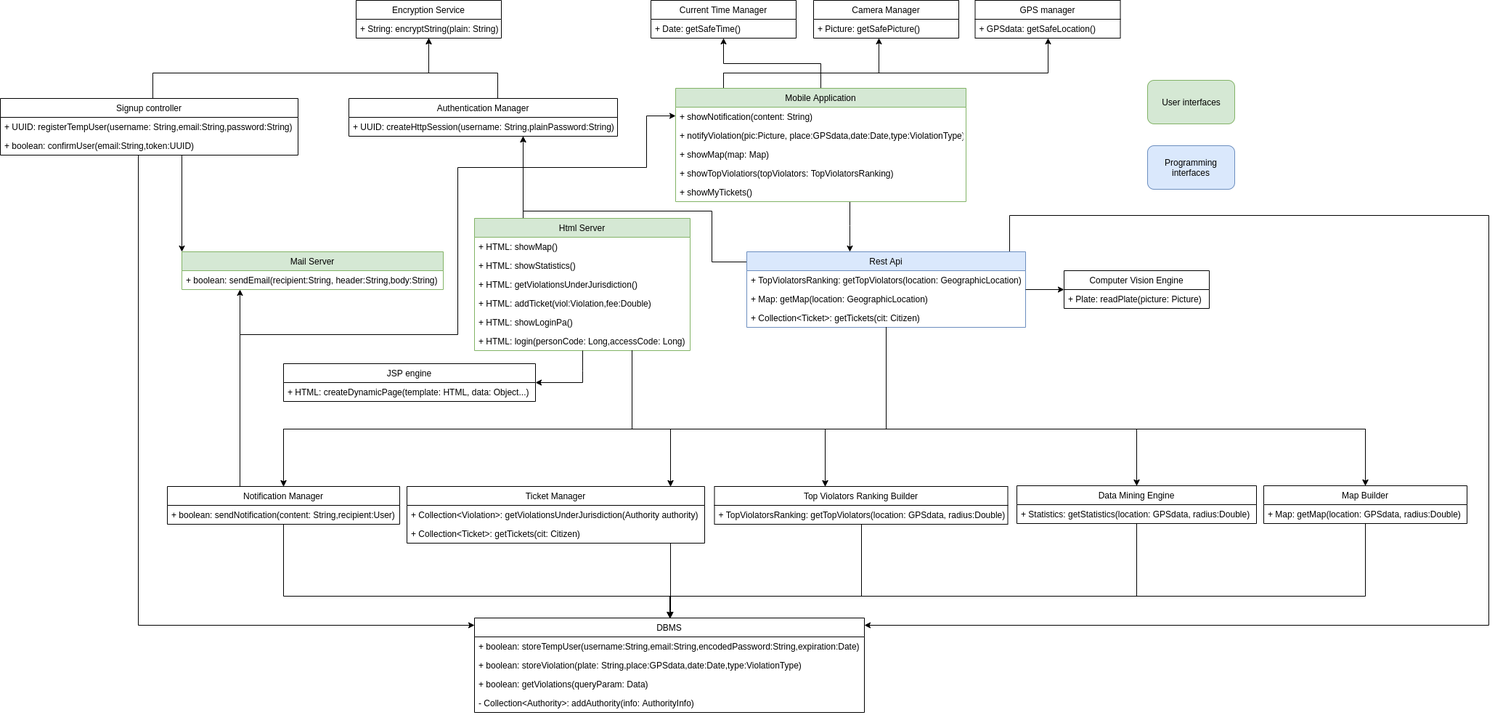
Above: DD/images/Interface_diagram.png in University-Projects-Secco/RahbariSecco (draw.io), before the change. Source tidied: cells renumbered, new cells last; positions are measured from the earlier drawing's top-left corner, leaving out a move shared by most shapes.
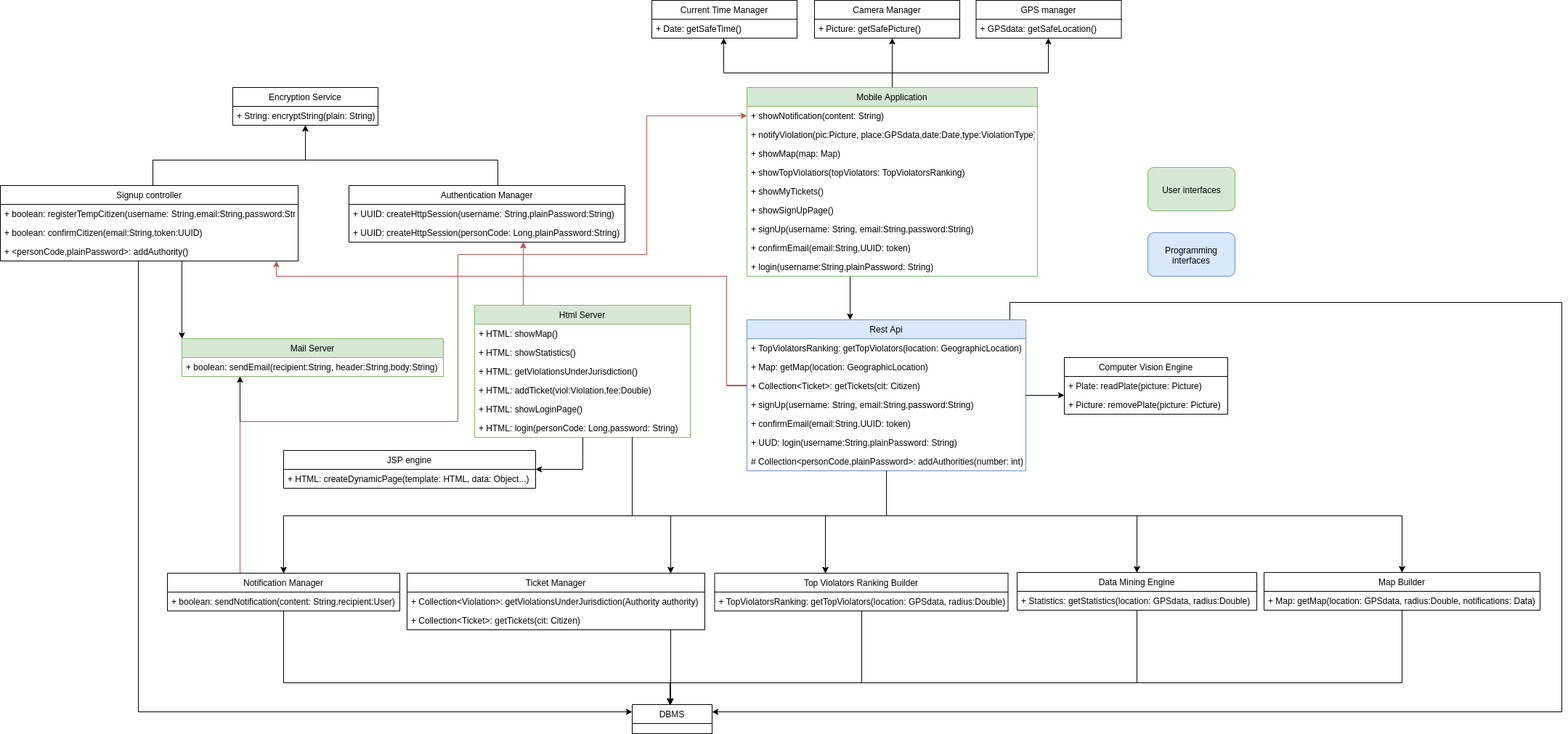
Later version of the same file.

The edit, as a diff of the source:
```diff
@@ -6,18 +6,21 @@
       <mxGeometry relative="1" as="geometry">
         <Array as="points">
           <mxPoint x="685" y="100" />
-          <mxPoint x="590" y="100" />
+          <mxPoint x="420" y="100" />
         </Array>
       </mxGeometry>
     </mxCell>
     <mxCell id="3" value="Authentication Manager" style="swimlane;fontStyle=0;horizontal=1;startSize=26;fillColor=none;" parent="1" vertex="1">
-      <mxGeometry x="480" y="135" width="370" height="52" as="geometry" />
+      <mxGeometry x="480" y="135" width="380" height="78" as="geometry" />
     </mxCell>
     <mxCell id="4" value="+ UUID: createHttpSession(username: String,plainPassword:String)" style="text;strokeColor=none;fillColor=none;align=left;verticalAlign=top;spacingLeft=4;spacingRight=4;overflow=hidden;" parent="3" vertex="1">
-      <mxGeometry y="26" width="370" height="26" as="geometry" />
+      <mxGeometry y="26" width="380" height="26" as="geometry" />
     </mxCell>
+    <mxCell id="86" value="+ UUID: createHttpSession(personCode: Long,plainPassword:String)" style="text;strokeColor=none;fillColor=none;align=left;verticalAlign=top;spacingLeft=4;spacingRight=4;overflow=hidden;" parent="3" vertex="1">
+      <mxGeometry y="52" width="380" height="26" as="geometry" />
+    </mxCell>
     <mxCell id="5" value="Encryption Service" style="swimlane;fontStyle=0;horizontal=1;startSize=26;fillColor=none;" parent="1" vertex="1">
-      <mxGeometry x="490" width="200" height="52" as="geometry" />
+      <mxGeometry x="320" width="200" height="52" as="geometry" />
     </mxCell>
     <mxCell id="6" value="+ String: encryptString(plain: String)" style="text;strokeColor=none;fillColor=none;align=left;verticalAlign=top;spacingLeft=4;spacingRight=4;overflow=hidden;" parent="5" vertex="1">
       <mxGeometry y="26" width="200" height="26" as="geometry" />
@@ -26,7 +29,7 @@
       <mxGeometry relative="1" as="geometry">
         <Array as="points">
           <mxPoint x="210" y="100" />
-          <mxPoint x="590" y="100" />
+          <mxPoint x="420" y="100" />
         </Array>
       </mxGeometry>
     </mxCell>
@@ -45,14 +48,17 @@
       </mxGeometry>
     </mxCell>
     <mxCell id="10" value="Signup controller" style="swimlane;fontStyle=0;horizontal=1;startSize=26;fillColor=none;" parent="1" vertex="1">
-      <mxGeometry y="135" width="410" height="78" as="geometry" />
+      <mxGeometry y="135" width="410" height="104" as="geometry" />
     </mxCell>
-    <mxCell id="11" value="+ UUID: registerTempUser(username: String,email:String,password:String)" style="text;strokeColor=none;fillColor=none;align=left;verticalAlign=top;spacingLeft=4;spacingRight=4;overflow=hidden;" parent="10" vertex="1">
+    <mxCell id="11" value="+ boolean: registerTempCitizen(username: String,email:String,password:String)" style="text;strokeColor=none;fillColor=none;align=left;verticalAlign=top;spacingLeft=4;spacingRight=4;overflow=hidden;" parent="10" vertex="1">
       <mxGeometry y="26" width="410" height="26" as="geometry" />
     </mxCell>
-    <mxCell id="12" value="+ boolean: confirmUser(email:String,token:UUID)" style="text;strokeColor=none;fillColor=none;align=left;verticalAlign=top;spacingLeft=4;spacingRight=4;overflow=hidden;" parent="10" vertex="1">
+    <mxCell id="12" value="+ boolean: confirmCitizen(email:String,token:UUID)" style="text;strokeColor=none;fillColor=none;align=left;verticalAlign=top;spacingLeft=4;spacingRight=4;overflow=hidden;" parent="10" vertex="1">
       <mxGeometry y="52" width="410" height="26" as="geometry" />
     </mxCell>
+    <mxCell id="87" value="+ &lt;personCode,plainPassword&gt;: addAuthority()" style="text;strokeColor=none;fillColor=none;align=left;verticalAlign=top;spacingLeft=4;spacingRight=4;overflow=hidden;" parent="10" vertex="1">
+      <mxGeometry y="78" width="410" height="26" as="geometry" />
+    </mxCell>
     <mxCell id="13" style="edgeStyle=orthogonalEdgeStyle;rounded=0;jettySize=auto;html=1;" parent="1" edge="1" source="58" target="14">
       <mxGeometry relative="1" as="geometry">
         <Array as="points">
@@ -68,21 +74,9 @@
       <mxGeometry y="26" width="360" height="26" as="geometry" />
     </mxCell>
     <mxCell id="16" value="DBMS" style="swimlane;fontStyle=0;horizontal=1;startSize=26;fillColor=none;" parent="1" vertex="1">
-      <mxGeometry x="653" y="850" width="537" height="130" as="geometry" />
+      <mxGeometry x="870" y="850" width="110" height="40" as="geometry" />
     </mxCell>
-    <mxCell id="17" value="+ boolean: storeTempUser(username:String,email:String,encodedPassword:String,expiration:Date)" style="text;strokeColor=none;fillColor=none;align=left;verticalAlign=top;spacingLeft=4;spacingRight=4;overflow=hidden;" parent="16" vertex="1">
-      <mxGeometry y="26" width="537" height="26" as="geometry" />
-    </mxCell>
-    <mxCell id="18" value="+ boolean: storeViolation(plate: String,place:GPSdata,date:Date,type:ViolationType)" style="text;strokeColor=none;fillColor=none;align=left;verticalAlign=top;spacingLeft=4;spacingRight=4;overflow=hidden;fontStyle=0;" parent="16" vertex="1">
-      <mxGeometry y="52" width="537" height="26" as="geometry" />
-    </mxCell>
-    <mxCell id="19" value="+ boolean: getViolations(queryParam: Data)" style="text;strokeColor=none;fillColor=none;align=left;verticalAlign=top;spacingLeft=4;spacingRight=4;overflow=hidden;fontStyle=0;" parent="16" vertex="1">
-      <mxGeometry y="78" width="537" height="26" as="geometry" />
-    </mxCell>
-    <mxCell id="20" value="- Collection&lt;Authority&gt;: addAuthority(info: AuthorityInfo)" style="text;strokeColor=none;fillColor=none;align=left;verticalAlign=top;spacingLeft=4;spacingRight=4;overflow=hidden;fontStyle=0;" parent="16" vertex="1">
-      <mxGeometry y="104" width="537" height="26" as="geometry" />
-    </mxCell>
-    <mxCell id="21" style="edgeStyle=orthogonalEdgeStyle;rounded=0;jettySize=auto;html=1;" parent="1" edge="1" source="22" target="3">
+    <mxCell id="21" style="edgeStyle=orthogonalEdgeStyle;rounded=0;jettySize=auto;html=1;fillColor=#f8cecc;strokeColor=#b85450;" parent="1" edge="1" source="22" target="3">
       <mxGeometry relative="1" as="geometry">
         <Array as="points">
           <mxPoint x="720" y="280" />
@@ -105,14 +99,19 @@
     <mxCell id="26" value="+ HTML: addTicket(viol:Violation,fee:Double)" style="text;strokeColor=none;fillColor=none;align=left;verticalAlign=top;spacingLeft=4;spacingRight=4;overflow=hidden;" parent="22" vertex="1">
       <mxGeometry y="104" width="297" height="26" as="geometry" />
     </mxCell>
-    <mxCell id="27" value="+ HTML: showLoginPa()" style="text;strokeColor=none;fillColor=none;align=left;verticalAlign=top;spacingLeft=4;spacingRight=4;overflow=hidden;" parent="22" vertex="1">
+    <mxCell id="27" value="+ HTML: showLoginPage()" style="text;strokeColor=none;fillColor=none;align=left;verticalAlign=top;spacingLeft=4;spacingRight=4;overflow=hidden;" parent="22" vertex="1">
       <mxGeometry y="130" width="297" height="26" as="geometry" />
     </mxCell>
-    <mxCell id="28" value="+ HTML: login(personCode: Long,accessCode: Long)" style="text;strokeColor=none;fillColor=none;align=left;verticalAlign=top;spacingLeft=4;spacingRight=4;overflow=hidden;" parent="22" vertex="1">
+    <mxCell id="28" value="+ HTML: login(personCode: Long,password: String)" style="text;strokeColor=none;fillColor=none;align=left;verticalAlign=top;spacingLeft=4;spacingRight=4;overflow=hidden;" parent="22" vertex="1">
       <mxGeometry y="156" width="297" height="26" as="geometry" />
     </mxCell>
     <mxCell id="29" style="edgeStyle=orthogonalEdgeStyle;rounded=0;jettySize=auto;html=1;" parent="1" edge="1" source="48" target="39">
-      <mxGeometry relative="1" as="geometry" />
+      <mxGeometry relative="1" as="geometry">
+        <Array as="points">
+          <mxPoint x="1228" y="-20" />
+          <mxPoint x="996" y="-20" />
+        </Array>
+      </mxGeometry>
     </mxCell>
     <mxCell id="30" style="edgeStyle=orthogonalEdgeStyle;rounded=0;jettySize=auto;html=1;" parent="1" edge="1" source="48" target="33">
       <mxGeometry relative="1" as="geometry">
@@ -126,22 +125,31 @@
       <mxGeometry relative="1" as="geometry">
         <Array as="points">
           <mxPoint x="1390" y="296" />
-          <mxPoint x="2050" y="296" />
-          <mxPoint x="2050" y="860" />
+          <mxPoint x="2150" y="296" />
+          <mxPoint x="2150" y="860" />
         </Array>
       </mxGeometry>
     </mxCell>
-    <mxCell id="32" style="edgeStyle=orthogonalEdgeStyle;rounded=0;jettySize=auto;html=1;" parent="1" edge="1" source="33" target="3">
+    <mxCell id="32" style="edgeStyle=orthogonalEdgeStyle;rounded=0;jettySize=auto;html=1;fillColor=#f8cecc;strokeColor=#b85450;" parent="1" edge="1" source="33" target="3">
       <mxGeometry relative="1" as="geometry">
         <Array as="points">
-          <mxPoint x="980" y="360" />
-          <mxPoint x="980" y="290" />
-          <mxPoint x="720" y="290" />
+          <mxPoint x="1000" y="410" />
+          <mxPoint x="1000" y="260" />
+          <mxPoint x="720" y="260" />
         </Array>
       </mxGeometry>
     </mxCell>
+    <mxCell id="88" style="edgeStyle=orthogonalEdgeStyle;rounded=0;jettySize=auto;html=1;fillColor=#f8cecc;strokeColor=#b85450;" parent="1" edge="1" source="33" target="10">
+      <mxGeometry relative="1" as="geometry">
+        <Array as="points">
+          <mxPoint x="1000" y="411" />
+          <mxPoint x="1000" y="260" />
+          <mxPoint x="380" y="260" />
+        </Array>
+      </mxGeometry>
+    </mxCell>
     <mxCell id="33" value="Rest Api" style="swimlane;fontStyle=0;horizontal=1;startSize=26;fillColor=#dae8fc;strokeColor=#6c8ebf;" parent="1" vertex="1">
-      <mxGeometry x="1028" y="346" width="384" height="104" as="geometry" />
+      <mxGeometry x="1028" y="320" width="384" height="208" as="geometry" />
     </mxCell>
     <mxCell id="34" value="+ TopViolatorsRanking: getTopViolators(location: GeographicLocation)" style="text;strokeColor=none;fillColor=none;align=left;verticalAlign=top;spacingLeft=4;spacingRight=4;overflow=hidden;" parent="33" vertex="1">
       <mxGeometry y="26" width="384" height="26" as="geometry" />
@@ -152,36 +160,48 @@
     <mxCell id="36" value="+ Collection&lt;Ticket&gt;: getTickets(cit: Citizen)" style="text;strokeColor=none;fillColor=none;align=left;verticalAlign=top;spacingLeft=4;spacingRight=4;overflow=hidden;" parent="33" vertex="1">
       <mxGeometry y="78" width="384" height="26" as="geometry" />
     </mxCell>
+    <mxCell id="89" value="+ signUp(username: String, email:String,password:String)" style="text;strokeColor=none;fillColor=none;align=left;verticalAlign=top;spacingLeft=4;spacingRight=4;overflow=hidden;" parent="33" vertex="1">
+      <mxGeometry y="104" width="384" height="26" as="geometry" />
+    </mxCell>
+    <mxCell id="90" value="+ confirmEmail(email:String,UUID: token)" style="text;strokeColor=none;fillColor=none;align=left;verticalAlign=top;spacingLeft=4;spacingRight=4;overflow=hidden;" parent="33" vertex="1">
+      <mxGeometry y="130" width="384" height="26" as="geometry" />
+    </mxCell>
+    <mxCell id="91" value="+ UUD: login(username:String,plainPassword: String)" style="text;strokeColor=none;fillColor=none;align=left;verticalAlign=top;spacingLeft=4;spacingRight=4;overflow=hidden;" parent="33" vertex="1">
+      <mxGeometry y="156" width="384" height="26" as="geometry" />
+    </mxCell>
+    <mxCell id="92" value="# Collection&lt;personCode,plainPassword&gt;: addAuthorities(number: int)" style="text;strokeColor=none;fillColor=none;align=left;verticalAlign=top;spacingLeft=4;spacingRight=4;overflow=hidden;" parent="33" vertex="1">
+      <mxGeometry y="182" width="384" height="26" as="geometry" />
+    </mxCell>
     <mxCell id="37" style="edgeStyle=orthogonalEdgeStyle;rounded=0;jettySize=auto;html=1;" parent="1" edge="1" source="48" target="43">
       <mxGeometry relative="1" as="geometry">
         <Array as="points">
-          <mxPoint x="996" y="100" />
-          <mxPoint x="1443" y="100" />
+          <mxPoint x="1228" y="-20" />
+          <mxPoint x="1443" y="-20" />
         </Array>
       </mxGeometry>
     </mxCell>
     <mxCell id="38" style="edgeStyle=orthogonalEdgeStyle;rounded=0;jettySize=auto;html=1;" parent="1" edge="1" source="48" target="41">
       <mxGeometry relative="1" as="geometry">
         <Array as="points">
-          <mxPoint x="996" y="100" />
+          <mxPoint x="1210" y="100" />
           <mxPoint x="1210" y="100" />
         </Array>
       </mxGeometry>
     </mxCell>
     <mxCell id="39" value="Current Time Manager" style="swimlane;fontStyle=0;horizontal=1;startSize=26;fillColor=none;" parent="1" vertex="1">
-      <mxGeometry x="896" width="200" height="52" as="geometry" />
+      <mxGeometry x="897" y="-120" width="200" height="52" as="geometry" />
     </mxCell>
     <mxCell id="40" value="+ Date: getSafeTime()" style="text;strokeColor=none;fillColor=none;align=left;verticalAlign=top;spacingLeft=4;spacingRight=4;overflow=hidden;" parent="39" vertex="1">
       <mxGeometry y="26" width="200" height="26" as="geometry" />
     </mxCell>
     <mxCell id="41" value="Camera Manager" style="swimlane;fontStyle=0;horizontal=1;startSize=26;fillColor=none;" parent="1" vertex="1">
-      <mxGeometry x="1120" width="200" height="52" as="geometry" />
+      <mxGeometry x="1121" y="-120" width="200" height="52" as="geometry" />
     </mxCell>
     <mxCell id="42" value="+ Picture: getSafePicture()" style="text;strokeColor=none;fillColor=none;align=left;verticalAlign=top;spacingLeft=4;spacingRight=4;overflow=hidden;" parent="41" vertex="1">
       <mxGeometry y="26" width="200" height="26" as="geometry" />
     </mxCell>
     <mxCell id="43" value="GPS manager" style="swimlane;fontStyle=0;horizontal=1;startSize=26;fillColor=none;" parent="1" vertex="1">
-      <mxGeometry x="1342.5" width="200" height="52" as="geometry" />
+      <mxGeometry x="1343.5" y="-120" width="200" height="52" as="geometry" />
     </mxCell>
     <mxCell id="44" value="+ GPSdata: getSafeLocation()" style="text;strokeColor=none;fillColor=none;align=left;verticalAlign=top;spacingLeft=4;spacingRight=4;overflow=hidden;" parent="43" vertex="1">
       <mxGeometry y="26" width="200" height="26" as="geometry" />
@@ -201,7 +221,7 @@
       <mxGeometry y="26" width="347" height="26" as="geometry" />
     </mxCell>
     <mxCell id="48" value="Mobile Application" style="swimlane;fontStyle=0;horizontal=1;startSize=26;fillColor=#d5e8d4;strokeColor=#82b366;" parent="1" vertex="1">
-      <mxGeometry x="930" y="121" width="400" height="156" as="geometry" />
+      <mxGeometry x="1028" width="400" height="260" as="geometry" />
     </mxCell>
     <mxCell id="49" value="+ showNotification(content: String)" style="text;strokeColor=none;fillColor=none;align=left;verticalAlign=top;spacingLeft=4;spacingRight=4;overflow=hidden;points=[[0,0.5],[1,0.5]];portConstraint=eastwest;" parent="48" vertex="1">
       <mxGeometry y="26" width="400" height="26" as="geometry" />
@@ -218,6 +238,18 @@
     <mxCell id="53" value="+ showMyTickets()" style="text;strokeColor=none;fillColor=none;align=left;verticalAlign=top;spacingLeft=4;spacingRight=4;overflow=hidden;" parent="48" vertex="1">
       <mxGeometry y="130" width="400" height="26" as="geometry" />
     </mxCell>
+    <mxCell id="93" value="+ showSignUpPage()" style="text;strokeColor=none;fillColor=none;align=left;verticalAlign=top;spacingLeft=4;spacingRight=4;overflow=hidden;" parent="48" vertex="1">
+      <mxGeometry y="156" width="400" height="26" as="geometry" />
+    </mxCell>
+    <mxCell id="94" value="+ signUp(username: String, email:String,password:String)" style="text;strokeColor=none;fillColor=none;align=left;verticalAlign=top;spacingLeft=4;spacingRight=4;overflow=hidden;" parent="48" vertex="1">
+      <mxGeometry y="182" width="400" height="26" as="geometry" />
+    </mxCell>
+    <mxCell id="95" value="+ confirmEmail(email:String,UUID: token)" style="text;strokeColor=none;fillColor=none;align=left;verticalAlign=top;spacingLeft=4;spacingRight=4;overflow=hidden;" parent="48" vertex="1">
+      <mxGeometry y="208" width="400" height="26" as="geometry" />
+    </mxCell>
+    <mxCell id="96" value="+ login(username:String,plainPassword: String)" style="text;strokeColor=none;fillColor=none;align=left;verticalAlign=top;spacingLeft=4;spacingRight=4;overflow=hidden;" parent="48" vertex="1">
+      <mxGeometry y="234" width="400" height="26" as="geometry" />
+    </mxCell>
     <mxCell id="54" style="edgeStyle=orthogonalEdgeStyle;rounded=0;jettySize=auto;html=1;" parent="1" edge="1" source="58" target="16">
       <mxGeometry relative="1" as="geometry">
         <Array as="points">
@@ -242,14 +274,14 @@
         </Array>
       </mxGeometry>
     </mxCell>
-    <mxCell id="57" style="edgeStyle=orthogonalEdgeStyle;rounded=0;jettySize=auto;html=1;" parent="1" edge="1" source="58" target="49">
+    <mxCell id="57" style="edgeStyle=orthogonalEdgeStyle;rounded=0;jettySize=auto;html=1;fillColor=#f8cecc;strokeColor=#b85450;" parent="1" edge="1" source="58" target="49">
       <mxGeometry relative="1" as="geometry">
         <Array as="points">
           <mxPoint x="330" y="460" />
           <mxPoint x="630" y="460" />
           <mxPoint x="630" y="230" />
           <mxPoint x="890" y="230" />
-          <mxPoint x="890" y="159" />
+          <mxPoint x="890" y="39" />
         </Array>
       </mxGeometry>
     </mxCell>
@@ -330,11 +362,14 @@
       </mxGeometry>
     </mxCell>
     <mxCell id="72" value="Computer Vision Engine" style="swimlane;fontStyle=0;horizontal=1;startSize=26;fillColor=none;" parent="1" vertex="1">
-      <mxGeometry x="1465" y="372" width="200" height="52" as="geometry" />
+      <mxGeometry x="1465" y="372" width="225" height="78" as="geometry" />
     </mxCell>
     <mxCell id="73" value="+ Plate: readPlate(picture: Picture)" style="text;strokeColor=none;fillColor=none;align=left;verticalAlign=top;spacingLeft=4;spacingRight=4;overflow=hidden;" parent="72" vertex="1">
-      <mxGeometry y="26" width="200" height="26" as="geometry" />
+      <mxGeometry y="26" width="225" height="26" as="geometry" />
     </mxCell>
+    <mxCell id="97" value="+ Picture: removePlate(picture: Picture)" style="text;strokeColor=none;fillColor=none;align=left;verticalAlign=top;spacingLeft=4;spacingRight=4;overflow=hidden;" parent="72" vertex="1">
+      <mxGeometry y="52" width="225" height="26" as="geometry" />
+    </mxCell>
     <mxCell id="74" style="edgeStyle=orthogonalEdgeStyle;rounded=0;jettySize=auto;html=1;" parent="1" edge="1" source="77" target="16">
       <mxGeometry relative="1" as="geometry">
         <Array as="points">
@@ -368,7 +403,7 @@
     <mxCell id="79" style="edgeStyle=orthogonalEdgeStyle;rounded=0;jettySize=auto;html=1;" parent="1" edge="1" source="82" target="16">
       <mxGeometry relative="1" as="geometry">
         <Array as="points">
-          <mxPoint x="1880" y="820" />
+          <mxPoint x="1930" y="820" />
           <mxPoint x="922" y="820" />
         </Array>
       </mxGeometry>
@@ -377,7 +412,7 @@
       <mxGeometry relative="1" as="geometry">
         <Array as="points">
           <mxPoint x="870" y="590" />
-          <mxPoint x="1880" y="590" />
+          <mxPoint x="1930" y="590" />
         </Array>
       </mxGeometry>
     </mxCell>
@@ -390,10 +425,10 @@
       </mxGeometry>
     </mxCell>
     <mxCell id="82" value="Map Builder" style="swimlane;fontStyle=0;horizontal=1;startSize=26;fillColor=none;" parent="1" vertex="1">
-      <mxGeometry x="1740" y="668" width="280" height="52" as="geometry" />
+      <mxGeometry x="1740" y="668" width="380" height="52" as="geometry" />
     </mxCell>
-    <mxCell id="83" value="+ Map: getMap(location: GPSdata, radius:Double)" style="text;strokeColor=none;fillColor=none;align=left;verticalAlign=top;spacingLeft=4;spacingRight=4;overflow=hidden;" parent="82" vertex="1">
-      <mxGeometry y="26" width="280" height="26" as="geometry" />
+    <mxCell id="83" value="+ Map: getMap(location: GPSdata, radius:Double, notifications: Data)" style="text;strokeColor=none;fillColor=none;align=left;verticalAlign=top;spacingLeft=4;spacingRight=4;overflow=hidden;" parent="82" vertex="1">
+      <mxGeometry y="26" width="380" height="26" as="geometry" />
     </mxCell>
     <mxCell id="84" value="User interfaces" style="rounded=1;whiteSpace=wrap;html=1;fillColor=#d5e8d4;strokeColor=#82b366;" parent="1" vertex="1">
       <mxGeometry x="1580" y="110" width="120" height="60" as="geometry" />
```
